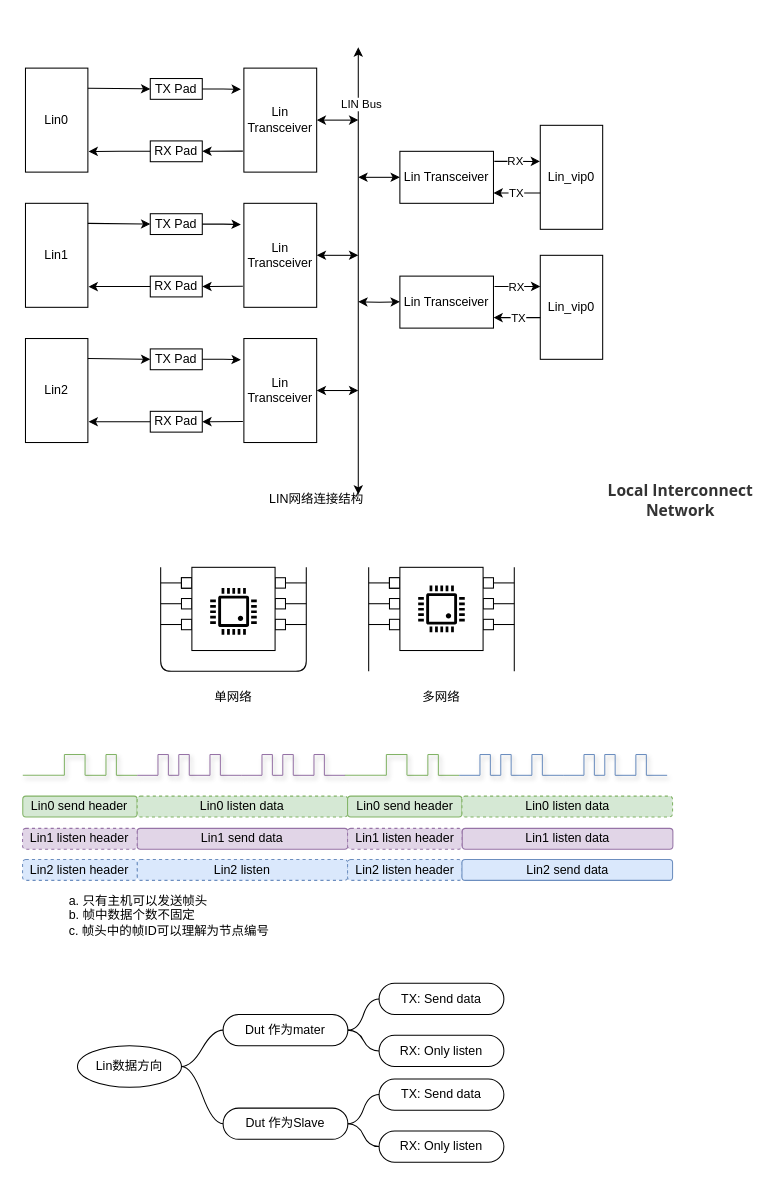
Above: page "协议规格" (1 of 4) of drawio/flexlin.drawio in iceyxy/flow-chart-drawio (draw.io), before the change. Source tidied: cells renumbered, new cells numbered last; positions are measured from the earlier drawing's top-left corner, leaving out a move shared by most shapes. Both pictures are drawn from the tidied source at 104%, with x=0, y=0 at pixel (22, 47).
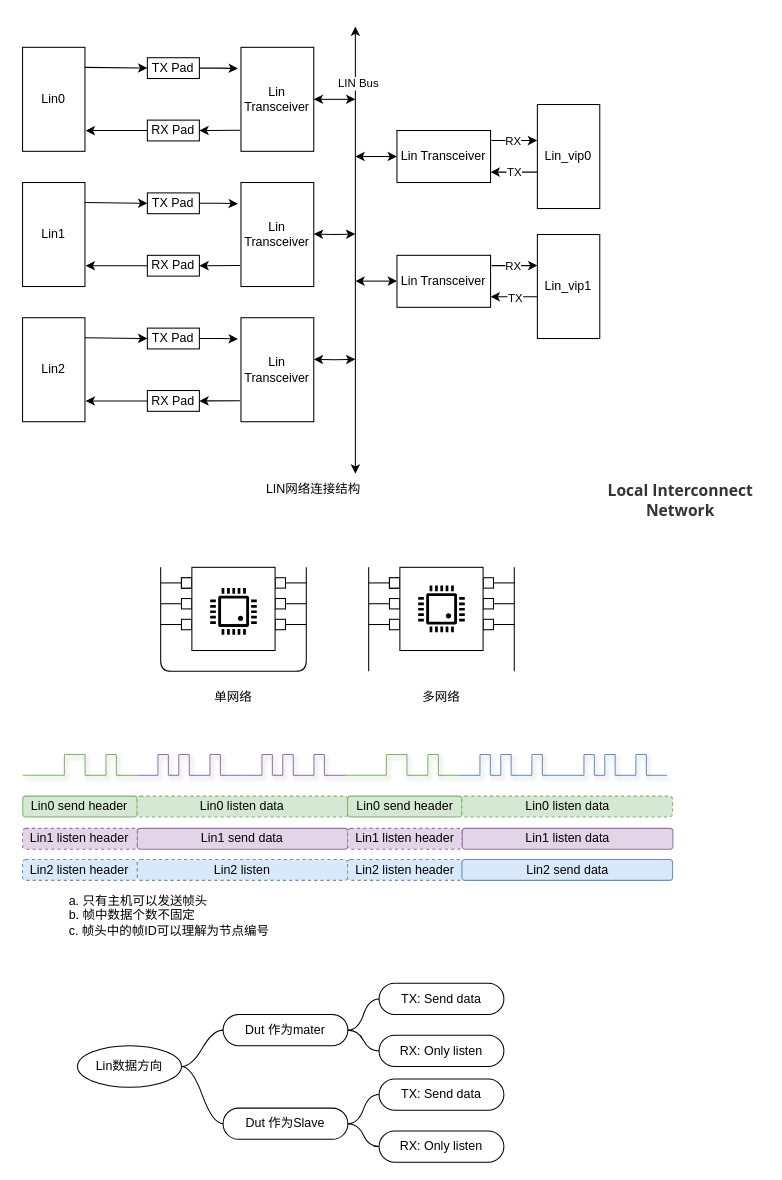
The same page after the edit.

The change refers to these unchanged cells:
```xml
<mxCell id="34" value="&lt;div&gt;Lin Transceiver&lt;/div&gt;" style="rounded=0;whiteSpace=wrap;html=1;" parent="17" vertex="1">
  <mxGeometry x="210" y="150" width="70" height="100" as="geometry" />
</mxCell>
<mxCell id="43" value="&lt;div&gt;Lin Transceiver&lt;/div&gt;" style="rounded=0;whiteSpace=wrap;html=1;" parent="17" vertex="1">
  <mxGeometry x="210" y="280" width="70" height="100" as="geometry" />
</mxCell>
```

Diff of the diagram source:
```diff
@@
     <mxCell id="15" style="group;" parent="1" vertex="1">
-      <mxGeometry x="3" width="555" height="450" as="geometry" />
+      <mxGeometry x="0.2" y="-10" width="555" height="450" as="geometry" />
     </mxCell>
@@
     <mxCell id="17" style="group;" parent="15" vertex="1">
-      <mxGeometry width="555" height="430" as="geometry" />
+      <mxGeometry y="-10" width="555" height="430" as="geometry" />
     </mxCell>
@@
-    <mxCell id="37" style="endArrow=classic;startArrow=classic;html=1;rounded=0;exitX=1;exitY=0.5;exitDx=0;exitDy=0;flowAnimation=1;" parent="17" edge="1" source="34">
+    <mxCell id="37" style="endArrow=classic;startArrow=classic;html=1;rounded=0;exitX=1;exitY=0.5;exitDx=0;exitDy=0;flowAnimation=1;" parent="17" edge="1">
       <mxGeometry relative="1" as="geometry">
-        <mxPoint x="320" y="200" as="targetPoint" />
+        <mxPoint x="320" y="244.8" as="sourcePoint" />
+        <mxPoint x="360" y="244.8" as="targetPoint" />
       </mxGeometry>
     </mxCell>
@@
-    <mxCell id="46" style="endArrow=classic;startArrow=classic;html=1;rounded=0;exitX=1;exitY=0.5;exitDx=0;exitDy=0;flowAnimation=1;" parent="17" edge="1" source="43">
-      <mxGeometry relative="1" as="geometry">
-        <mxPoint x="320" y="330" as="targetPoint" />
-      </mxGeometry>
-    </mxCell>
@@
     <mxCell id="50" style="edgeStyle=orthogonalEdgeStyle;rounded=0;orthogonalLoop=1;jettySize=auto;html=1;startArrow=classic;startFill=1;flowAnimation=1;" parent="17" edge="1">
       <mxGeometry relative="1" as="geometry">
-        <mxPoint x="360" y="244.7" as="sourcePoint" />
-        <mxPoint x="320" y="244.7" as="targetPoint" />
+        <mxPoint x="320" y="199.5" as="sourcePoint" />
+        <mxPoint x="280" y="199.5" as="targetPoint" />
       </mxGeometry>
     </mxCell>
@@
-    <mxCell id="52" value="&lt;div&gt;Lin_vip0&lt;/div&gt;" style="rounded=0;whiteSpace=wrap;html=1;" parent="17" vertex="1">
+    <mxCell id="52" value="&lt;div&gt;Lin_vip1&lt;/div&gt;" style="rounded=0;whiteSpace=wrap;html=1;" parent="17" vertex="1">
       <mxGeometry x="495" y="200" width="60" height="100" as="geometry" />
     </mxCell>
@@
+    <mxCell id="186" style="edgeStyle=orthogonalEdgeStyle;rounded=0;orthogonalLoop=1;jettySize=auto;html=1;startArrow=classic;startFill=1;flowAnimation=1;" parent="17" edge="1">
+      <mxGeometry relative="1" as="geometry">
+        <mxPoint x="320" y="320" as="sourcePoint" />
+        <mxPoint x="280" y="320" as="targetPoint" />
+      </mxGeometry>
+    </mxCell>
```
